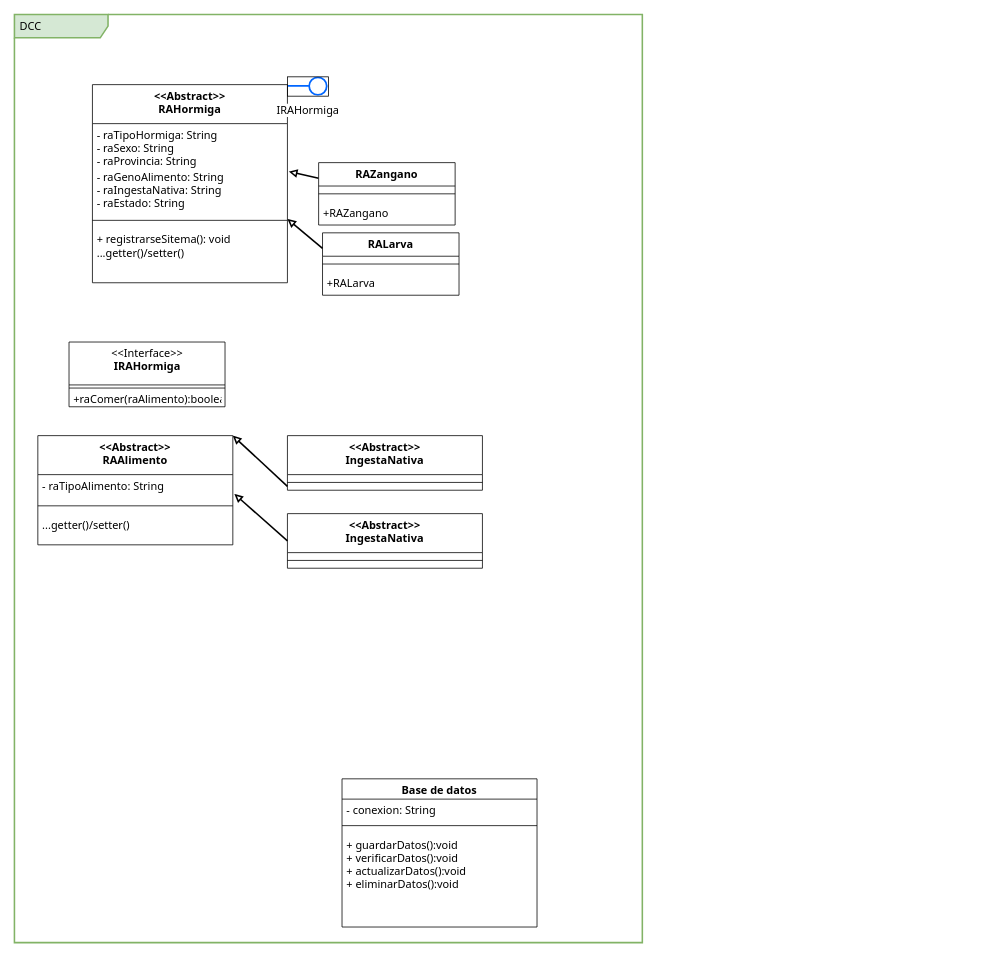
Above: Desing/RADiagramaClases.dio in AlexanderRosas/RAEcuaFauna2K24A (draw.io), before the change. Source tidied: cells renumbered, new cells numbered last; positions are measured from the earlier drawing's top-left corner, leaving out a move shared by most shapes. Both pictures are drawn from the tidied source at 78%, with x=0, y=0 at pixel (14, 14).
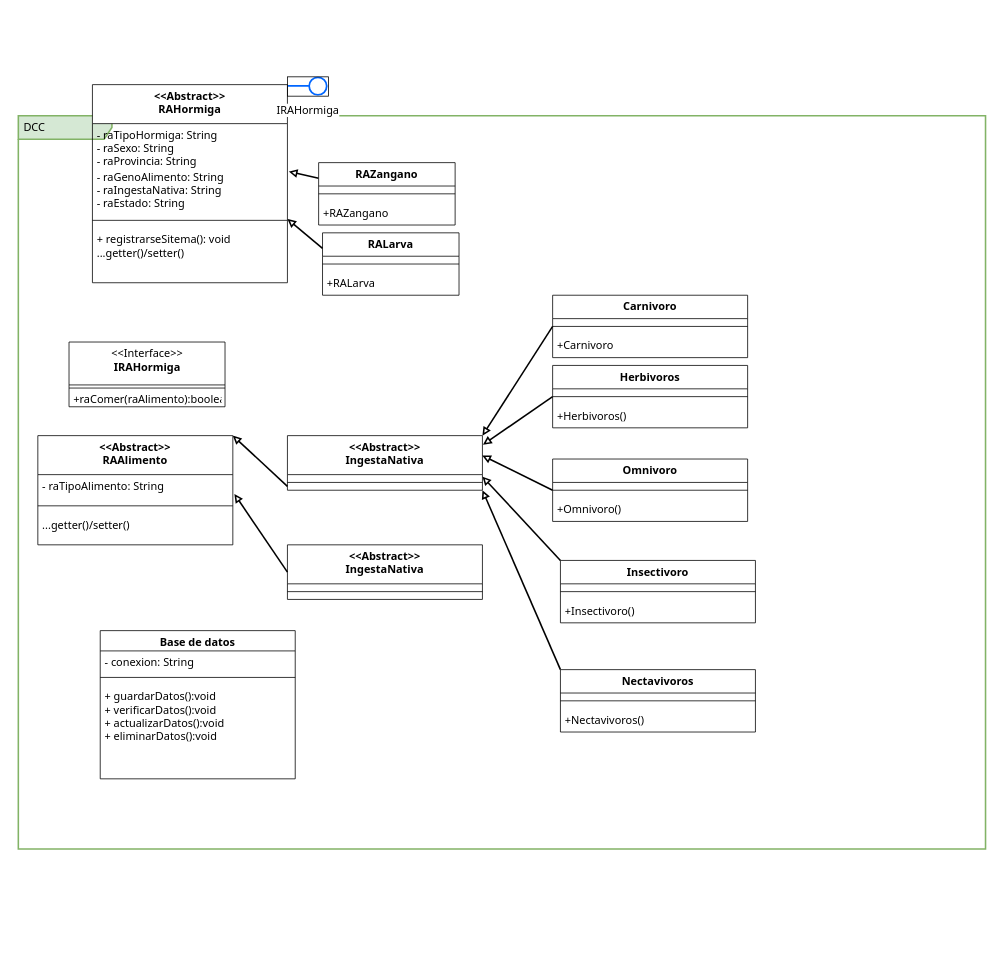
The same diagram, later.

Unchanged cells that the change refers to:
```xml
<mxCell id="28" value="&lt;&lt;Abstract&gt;&gt;&#10;IngestaNativa" style="swimlane;fontStyle=1;align=center;verticalAlign=top;horizontal=1;startSize=50;hachureGap=4;fontFamily=Tahoma;fontSize=14;swimlaneLine=1;glass=0;rounded=0;" parent="1" vertex="1">
  <mxGeometry x="350" y="540" width="250" height="70" as="geometry" />
</mxCell>
```

What changed in the source:
```diff
@@
     <mxCell id="2" value="DCC&amp;nbsp;" style="shape=umlFrame;whiteSpace=wrap;html=1;width=120;height=30;boundedLbl=1;verticalAlign=middle;align=left;spacingLeft=5;shadow=0;fillColor=#d5e8d4;strokeColor=#82b366;strokeWidth=2;fontColor=#000000;fontFamily=Tahoma;fontSize=14;" parent="1" vertex="1">
-      <mxGeometry width="805" height="1190" as="geometry" />
+      <mxGeometry x="5" y="130" width="1240" height="940" as="geometry" />
     </mxCell>
@@
     <mxCell id="8" value="Base de datos" style="swimlane;fontStyle=1;align=center;verticalAlign=top;horizontal=1;startSize=26;hachureGap=4;fontFamily=Tahoma;fontSize=14;swimlaneLine=1;glass=0;rounded=0;" parent="1" vertex="1">
-      <mxGeometry x="420" y="980" width="250" height="190" as="geometry" />
+      <mxGeometry x="110" y="790" width="250" height="190" as="geometry" />
     </mxCell>
@@
     <mxCell id="31" value="&lt;&lt;Abstract&gt;&gt;&#10;IngestaNativa" style="swimlane;fontStyle=1;align=center;verticalAlign=top;horizontal=1;startSize=50;hachureGap=4;fontFamily=Tahoma;fontSize=14;swimlaneLine=1;glass=0;rounded=0;" parent="1" vertex="1">
-      <mxGeometry x="350" y="640" width="250" height="70" as="geometry" />
+      <mxGeometry x="350" y="680" width="250" height="70" as="geometry" />
     </mxCell>
@@
+    <mxCell id="34" value="Carnivoro" style="swimlane;fontStyle=1;align=center;verticalAlign=top;horizontal=1;startSize=30;hachureGap=4;fontFamily=Tahoma;fontSize=14;swimlaneLine=1;glass=0;rounded=0;" parent="1" vertex="1">
+      <mxGeometry x="690" y="360" width="250" height="80" as="geometry" />
+    </mxCell>
+    <mxCell id="35" style="line;strokeWidth=1;fillColor=none;align=left;verticalAlign=middle;spacingTop=-1;spacingLeft=3;spacingRight=3;labelPosition=right;strokeColor=inherit;hachureGap=4;fontFamily=Tahoma;fontSize=14;" parent="34" vertex="1">
+      <mxGeometry y="30" width="250" height="20" as="geometry" />
+    </mxCell>
+    <mxCell id="36" value="+Carnivoro" style="text;strokeColor=none;fillColor=none;align=left;verticalAlign=top;spacingLeft=4;spacingRight=4;overflow=hidden;hachureGap=4;fontFamily=Tahoma;fontSize=14;" parent="34" vertex="1">
+      <mxGeometry y="50" width="250" height="30" as="geometry" />
+    </mxCell>
+    <mxCell id="37" value="Herbivoros" style="swimlane;fontStyle=1;align=center;verticalAlign=top;horizontal=1;startSize=30;hachureGap=4;fontFamily=Tahoma;fontSize=14;swimlaneLine=1;glass=0;rounded=0;" parent="1" vertex="1">
+      <mxGeometry x="690" y="450" width="250" height="80" as="geometry" />
+    </mxCell>
+    <mxCell id="38" style="line;strokeWidth=1;fillColor=none;align=left;verticalAlign=middle;spacingTop=-1;spacingLeft=3;spacingRight=3;labelPosition=right;strokeColor=inherit;hachureGap=4;fontFamily=Tahoma;fontSize=14;" parent="37" vertex="1">
+      <mxGeometry y="30" width="250" height="20" as="geometry" />
+    </mxCell>
+    <mxCell id="39" value="+Herbivoros()" style="text;strokeColor=none;fillColor=none;align=left;verticalAlign=top;spacingLeft=4;spacingRight=4;overflow=hidden;hachureGap=4;fontFamily=Tahoma;fontSize=14;" parent="37" vertex="1">
+      <mxGeometry y="50" width="250" height="30" as="geometry" />
+    </mxCell>
+    <mxCell id="40" value="Insectivoro" style="swimlane;fontStyle=1;align=center;verticalAlign=top;horizontal=1;startSize=30;hachureGap=4;fontFamily=Tahoma;fontSize=14;swimlaneLine=1;glass=0;rounded=0;" parent="1" vertex="1">
+      <mxGeometry x="700" y="700" width="250" height="80" as="geometry" />
+    </mxCell>
+    <mxCell id="41" style="line;strokeWidth=1;fillColor=none;align=left;verticalAlign=middle;spacingTop=-1;spacingLeft=3;spacingRight=3;labelPosition=right;strokeColor=inherit;hachureGap=4;fontFamily=Tahoma;fontSize=14;" parent="40" vertex="1">
+      <mxGeometry y="30" width="250" height="20" as="geometry" />
+    </mxCell>
+    <mxCell id="42" value="+Insectivoro()" style="text;strokeColor=none;fillColor=none;align=left;verticalAlign=top;spacingLeft=4;spacingRight=4;overflow=hidden;hachureGap=4;fontFamily=Tahoma;fontSize=14;" parent="40" vertex="1">
+      <mxGeometry y="50" width="250" height="30" as="geometry" />
+    </mxCell>
+    <mxCell id="43" value="Omnivoro" style="swimlane;fontStyle=1;align=center;verticalAlign=top;horizontal=1;startSize=30;hachureGap=4;fontFamily=Tahoma;fontSize=14;swimlaneLine=1;glass=0;rounded=0;" parent="1" vertex="1">
+      <mxGeometry x="690" y="570" width="250" height="80" as="geometry" />
+    </mxCell>
+    <mxCell id="44" style="line;strokeWidth=1;fillColor=none;align=left;verticalAlign=middle;spacingTop=-1;spacingLeft=3;spacingRight=3;labelPosition=right;strokeColor=inherit;hachureGap=4;fontFamily=Tahoma;fontSize=14;" parent="43" vertex="1">
+      <mxGeometry y="30" width="250" height="20" as="geometry" />
+    </mxCell>
+    <mxCell id="45" value="+Omnivoro()" style="text;strokeColor=none;fillColor=none;align=left;verticalAlign=top;spacingLeft=4;spacingRight=4;overflow=hidden;hachureGap=4;fontFamily=Tahoma;fontSize=14;" parent="43" vertex="1">
+      <mxGeometry y="50" width="250" height="30" as="geometry" />
+    </mxCell>
+    <mxCell id="46" value="Nectavivoros" style="swimlane;fontStyle=1;align=center;verticalAlign=top;horizontal=1;startSize=30;hachureGap=4;fontFamily=Tahoma;fontSize=14;swimlaneLine=1;glass=0;rounded=0;" parent="1" vertex="1">
+      <mxGeometry x="700" y="840" width="250" height="80" as="geometry" />
+    </mxCell>
+    <mxCell id="47" style="line;strokeWidth=1;fillColor=none;align=left;verticalAlign=middle;spacingTop=-1;spacingLeft=3;spacingRight=3;labelPosition=right;strokeColor=inherit;hachureGap=4;fontFamily=Tahoma;fontSize=14;" parent="46" vertex="1">
+      <mxGeometry y="30" width="250" height="20" as="geometry" />
+    </mxCell>
+    <mxCell id="48" value="+Nectavivoros()" style="text;strokeColor=none;fillColor=none;align=left;verticalAlign=top;spacingLeft=4;spacingRight=4;overflow=hidden;hachureGap=4;fontFamily=Tahoma;fontSize=14;" parent="46" vertex="1">
+      <mxGeometry y="50" width="250" height="30" as="geometry" />
+    </mxCell>
+    <mxCell id="49" style="edgeStyle=none;html=1;fontFamily=Tahoma;fontSize=14;endArrow=block;endFill=0;strokeWidth=2;entryX=1;entryY=0;entryDx=0;entryDy=0;exitX=0;exitY=0.5;exitDx=0;exitDy=0;" parent="1" edge="1" source="34" target="28">
+      <mxGeometry relative="1" as="geometry" />
+    </mxCell>
+    <mxCell id="50" style="edgeStyle=none;html=1;fontFamily=Tahoma;fontSize=14;endArrow=block;endFill=0;strokeWidth=2;entryX=1.003;entryY=0.166;entryDx=0;entryDy=0;exitX=0;exitY=0.5;exitDx=0;exitDy=0;entryPerimeter=0;" parent="1" edge="1" source="37" target="28">
+      <mxGeometry relative="1" as="geometry" />
+    </mxCell>
+    <mxCell id="51" style="edgeStyle=none;html=1;fontFamily=Tahoma;fontSize=14;endArrow=block;endFill=0;strokeWidth=2;entryX=0.999;entryY=0.363;entryDx=0;entryDy=0;exitX=0;exitY=0.5;exitDx=0;exitDy=0;entryPerimeter=0;" parent="1" edge="1" source="43" target="28">
+      <mxGeometry relative="1" as="geometry" />
+    </mxCell>
+    <mxCell id="52" style="edgeStyle=none;html=1;fontFamily=Tahoma;fontSize=14;endArrow=block;endFill=0;strokeWidth=2;entryX=1;entryY=0.75;entryDx=0;entryDy=0;exitX=0;exitY=0;exitDx=0;exitDy=0;" parent="1" edge="1" source="40" target="28">
+      <mxGeometry relative="1" as="geometry" />
+    </mxCell>
+    <mxCell id="53" style="edgeStyle=none;html=1;fontFamily=Tahoma;fontSize=14;endArrow=block;endFill=0;strokeWidth=2;entryX=1;entryY=1;entryDx=0;entryDy=0;exitX=0;exitY=0;exitDx=0;exitDy=0;" parent="1" edge="1" source="46" target="28">
+      <mxGeometry relative="1" as="geometry" />
+    </mxCell>
```
